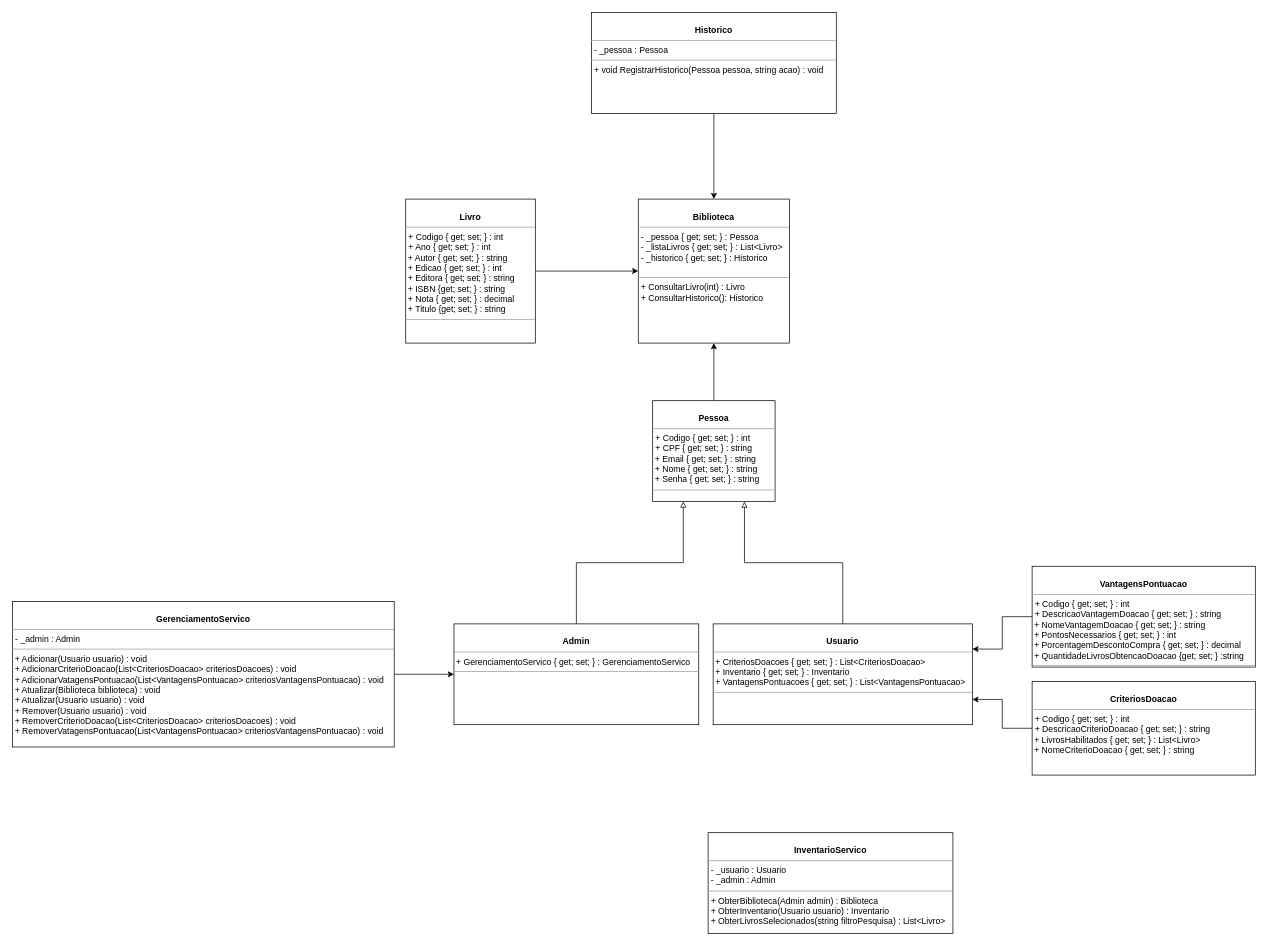
Above: novoDiagramaClasse.drawio in lucaspercisi/UFFS (draw.io), before the change. Source tidied: cells renumbered, new cells numbered last; positions are measured from the earlier drawing's top-left corner, leaving out a move shared by most shapes. Both pictures are drawn from the tidied source at 72%, with x=0, y=0 at pixel (12, 12).
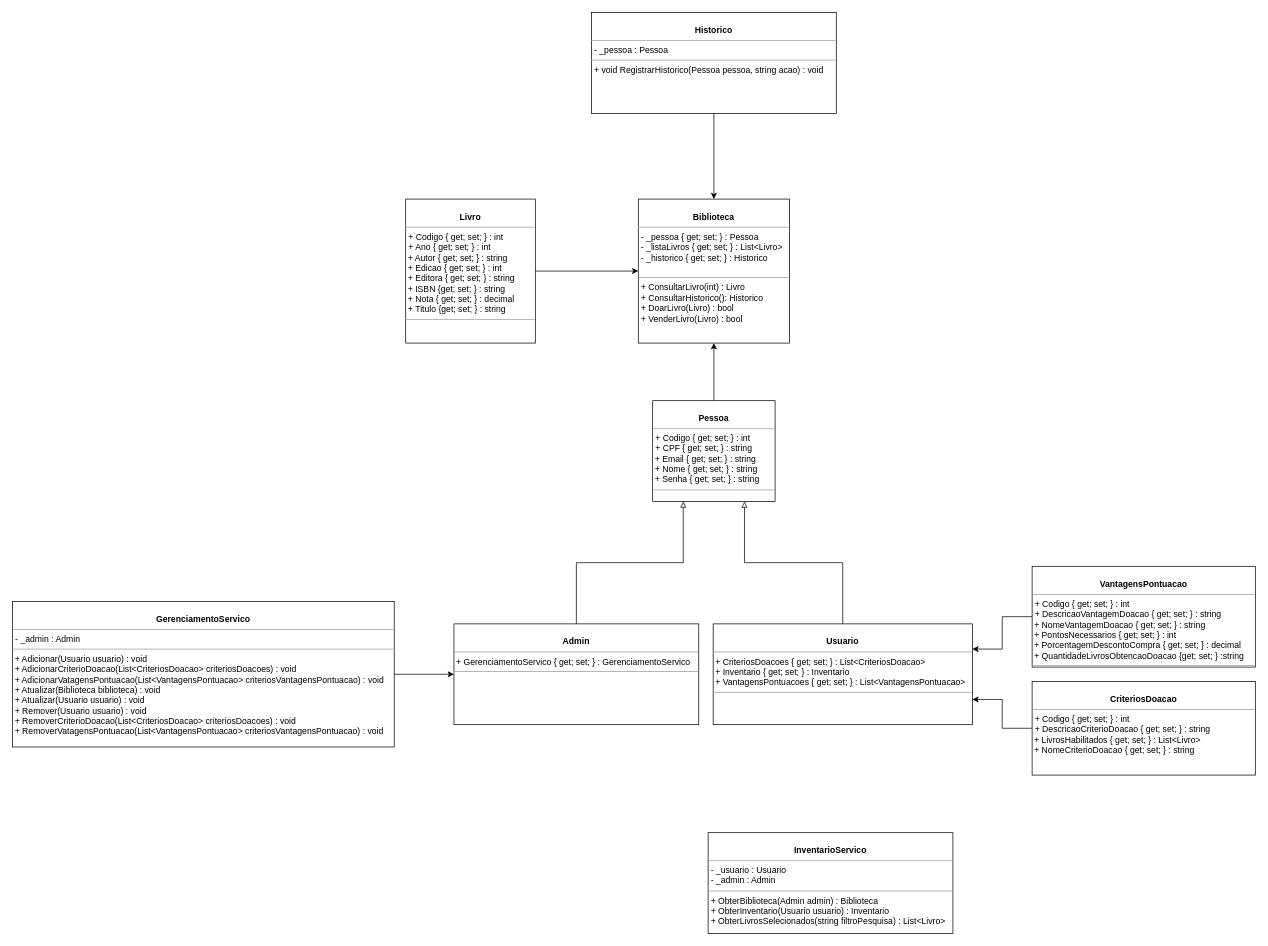
Above is the later version.

Diff of the diagram source:
```diff
@@
 <mxGraphModel>
   <root>
     <mxCell id="0" />
     <mxCell id="1" parent="0" />
-    <mxCell id="2" value="&lt;p style=&quot;margin:0px;margin-top:4px;text-align:center;&quot;&gt;&lt;br&gt;&lt;b&gt;Biblioteca&lt;/b&gt;&lt;/p&gt;&lt;hr size=&quot;1&quot;&gt;&lt;p style=&quot;margin: 0px 0px 0px 4px;&quot;&gt;- _pessoa { get; set; } : Pessoa&lt;/p&gt;&lt;p style=&quot;margin: 0px 0px 0px 4px;&quot;&gt;- _listaLivros { get; set; } : List&amp;lt;Livro&amp;gt;&lt;/p&gt;&lt;p style=&quot;margin: 0px 0px 0px 4px;&quot;&gt;- _historico { get; set; } : Historico&lt;/p&gt;&lt;br&gt;&lt;hr size=&quot;1&quot;&gt;&lt;p style=&quot;margin:0px;margin-left:4px;&quot;&gt;+ ConsultarLivro(int) : Livro&lt;/p&gt;&lt;p style=&quot;margin:0px;margin-left:4px;&quot;&gt;+ ConsultarHistorico(): Historico&lt;/p&gt;" style="verticalAlign=top;align=left;overflow=fill;fontSize=12;fontFamily=Helvetica;html=1;rounded=0;shadow=0;comic=0;labelBackgroundColor=none;strokeWidth=1;" parent="1" vertex="1">
+    <mxCell id="2" value="&lt;p style=&quot;margin:0px;margin-top:4px;text-align:center;&quot;&gt;&lt;br&gt;&lt;b&gt;Biblioteca&lt;/b&gt;&lt;/p&gt;&lt;hr size=&quot;1&quot;&gt;&lt;p style=&quot;margin: 0px 0px 0px 4px;&quot;&gt;- _pessoa { get; set; } : Pessoa&lt;/p&gt;&lt;p style=&quot;margin: 0px 0px 0px 4px;&quot;&gt;- _listaLivros { get; set; } : List&amp;lt;Livro&amp;gt;&lt;/p&gt;&lt;p style=&quot;margin: 0px 0px 0px 4px;&quot;&gt;- _historico { get; set; } : Historico&lt;/p&gt;&lt;br&gt;&lt;hr size=&quot;1&quot;&gt;&lt;p style=&quot;margin:0px;margin-left:4px;&quot;&gt;+ ConsultarLivro(int) : Livro&lt;/p&gt;&lt;p style=&quot;margin:0px;margin-left:4px;&quot;&gt;+ ConsultarHistorico(): Historico&lt;/p&gt;&lt;p style=&quot;margin:0px;margin-left:4px;&quot;&gt;+ DoarLivro(Livro) : bool&lt;/p&gt;&lt;p style=&quot;margin:0px;margin-left:4px;&quot;&gt;+ VenderLivro(Livro) : bool&lt;/p&gt;" style="verticalAlign=top;align=left;overflow=fill;fontSize=12;fontFamily=Helvetica;html=1;rounded=0;shadow=0;comic=0;labelBackgroundColor=none;strokeWidth=1;" parent="1" vertex="1">
       <mxGeometry x="869" y="259" width="210" height="200" as="geometry" />
     </mxCell>
     <mxCell id="3" style="edgeStyle=orthogonalEdgeStyle;rounded=0;jettySize=auto;html=1;exitX=0.5;exitY=0;exitDx=0;exitDy=0;" parent="1" edge="1" source="4" target="2">
       <mxGeometry relative="1" as="geometry" />
     </mxCell>
     <mxCell id="4" value="&lt;p style=&quot;margin:0px;margin-top:4px;text-align:center;&quot;&gt;&lt;br&gt;&lt;b&gt;Pessoa&lt;/b&gt;&lt;/p&gt;&lt;hr size=&quot;1&quot;&gt;&lt;p style=&quot;margin: 0px 0px 0px 4px;&quot;&gt;+ Codigo { get; set; } : int&lt;/p&gt;&lt;p style=&quot;margin: 0px 0px 0px 4px;&quot;&gt;+ CPF { get; set; } : string&lt;/p&gt;&amp;nbsp;+ Email { get; set; } : string&amp;nbsp;&lt;br&gt;&amp;nbsp;+ Nome { get; set; } : string&lt;br&gt;&amp;nbsp;+ Senha { get; set; } : string&lt;br&gt;&lt;hr size=&quot;1&quot;&gt;&lt;p style=&quot;margin:0px;margin-left:4px;&quot;&gt;&lt;br&gt;&lt;/p&gt;&lt;p style=&quot;margin:0px;margin-left:4px;&quot;&gt;&lt;br&gt;&lt;/p&gt;" style="verticalAlign=top;align=left;overflow=fill;fontSize=12;fontFamily=Helvetica;html=1;rounded=0;shadow=0;comic=0;labelBackgroundColor=none;strokeWidth=1;" parent="1" vertex="1">
       <mxGeometry x="889" y="539" width="170" height="140" as="geometry" />
     </mxCell>
     <mxCell id="5" style="edgeStyle=orthogonalEdgeStyle;rounded=0;jettySize=auto;html=1;exitX=0.5;exitY=0;exitDx=0;exitDy=0;entryX=0.25;entryY=1;entryDx=0;entryDy=0;endArrow=block;endFill=0;" parent="1" edge="1" source="6" target="4">
       <mxGeometry relative="1" as="geometry" />
     </mxCell>
     <mxCell id="6" value="&lt;p style=&quot;margin:0px;margin-top:4px;text-align:center;&quot;&gt;&lt;br&gt;&lt;b&gt;Admin&lt;/b&gt;&lt;/p&gt;&lt;hr size=&quot;1&quot;&gt;&lt;p style=&quot;margin: 0px 0px 0px 4px;&quot;&gt;&lt;/p&gt;&amp;nbsp;+ GerenciamentoServico { get; set; } : GerenciamentoServico&amp;nbsp;&lt;br&gt;&lt;hr size=&quot;1&quot;&gt;&lt;p style=&quot;margin:0px;margin-left:4px;&quot;&gt;&lt;br&gt;&lt;/p&gt;&lt;p style=&quot;margin:0px;margin-left:4px;&quot;&gt;&lt;br&gt;&lt;/p&gt;" style="verticalAlign=top;align=left;overflow=fill;fontSize=12;fontFamily=Helvetica;html=1;rounded=0;shadow=0;comic=0;labelBackgroundColor=none;strokeWidth=1;" parent="1" vertex="1">
       <mxGeometry x="613" y="849" width="340" height="140" as="geometry" />
     </mxCell>
     <mxCell id="7" style="edgeStyle=orthogonalEdgeStyle;rounded=0;jettySize=auto;html=1;exitX=0.5;exitY=0;exitDx=0;exitDy=0;entryX=0.75;entryY=1;entryDx=0;entryDy=0;endArrow=block;endFill=0;" parent="1" edge="1" source="8" target="4">
       <mxGeometry relative="1" as="geometry" />
     </mxCell>
     <mxCell id="8" value="&lt;p style=&quot;margin:0px;margin-top:4px;text-align:center;&quot;&gt;&lt;br&gt;&lt;b&gt;Usuario&lt;/b&gt;&lt;/p&gt;&lt;hr size=&quot;1&quot;&gt;&lt;p style=&quot;margin: 0px 0px 0px 4px;&quot;&gt;&lt;/p&gt;&amp;nbsp;+ CriteriosDoacoes { get; set; } : List&amp;lt;CriteriosDoacao&amp;gt;&amp;nbsp;&lt;br&gt;&amp;nbsp;+ Inventario { get; set; } : Inventario&amp;nbsp;&lt;br&gt;&amp;nbsp;+ VantagensPontuacoes { get; set; } : List&amp;lt;VantagensPontuacao&amp;gt;&amp;nbsp;&lt;br&gt;&lt;hr size=&quot;1&quot;&gt;&lt;p style=&quot;margin:0px;margin-left:4px;&quot;&gt;&lt;br&gt;&lt;/p&gt;&lt;p style=&quot;margin:0px;margin-left:4px;&quot;&gt;&lt;br&gt;&lt;/p&gt;" style="verticalAlign=top;align=left;overflow=fill;fontSize=12;fontFamily=Helvetica;html=1;rounded=0;shadow=0;comic=0;labelBackgroundColor=none;strokeWidth=1;" parent="1" vertex="1">
       <mxGeometry x="973" y="849" width="360" height="140" as="geometry" />
     </mxCell>
     <mxCell id="9" style="edgeStyle=orthogonalEdgeStyle;rounded=0;jettySize=auto;html=1;exitX=0.5;exitY=1;exitDx=0;exitDy=0;" parent="1" edge="1" source="10" target="2">
       <mxGeometry relative="1" as="geometry" />
     </mxCell>
     <mxCell id="10" value="&lt;p style=&quot;margin:0px;margin-top:4px;text-align:center;&quot;&gt;&lt;br&gt;&lt;b&gt;Historico&lt;/b&gt;&lt;/p&gt;&lt;hr size=&quot;1&quot;&gt;&lt;p style=&quot;margin: 0px 0px 0px 4px;&quot;&gt;-&amp;nbsp;_pessoa : Pessoa&lt;br&gt;&lt;/p&gt;&lt;hr size=&quot;1&quot;&gt;&lt;p style=&quot;margin:0px;margin-left:4px;&quot;&gt;+ void RegistrarHistorico(Pessoa pessoa, string acao) : void&lt;br&gt;&lt;/p&gt;&lt;p style=&quot;margin:0px;margin-left:4px;&quot;&gt;&lt;br&gt;&lt;/p&gt;" style="verticalAlign=top;align=left;overflow=fill;fontSize=12;fontFamily=Helvetica;html=1;rounded=0;shadow=0;comic=0;labelBackgroundColor=none;strokeWidth=1;" parent="1" vertex="1">
       <mxGeometry x="804" width="340" height="140" as="geometry" />
     </mxCell>
     <mxCell id="11" value="&lt;p style=&quot;margin:0px;margin-top:4px;text-align:center;&quot;&gt;&lt;br&gt;&lt;b&gt;InventarioServico&lt;/b&gt;&lt;/p&gt;&lt;hr size=&quot;1&quot;&gt;&lt;p style=&quot;margin: 0px 0px 0px 4px;&quot;&gt;-&amp;nbsp;_usuario : Usuario&lt;/p&gt;&lt;p style=&quot;margin: 0px 0px 0px 4px;&quot;&gt;- _admin : Admin&lt;/p&gt;&lt;hr size=&quot;1&quot;&gt;&lt;p style=&quot;margin:0px;margin-left:4px;&quot;&gt;+ ObterBiblioteca(Admin admin) : Biblioteca&lt;/p&gt;&lt;p style=&quot;margin:0px;margin-left:4px;&quot;&gt;+ ObterInventario(Usuario usuario) : Inventario&lt;/p&gt;&lt;p style=&quot;margin:0px;margin-left:4px;&quot;&gt;+ ObterLivrosSelecionados(string filtroPesquisa) : List&amp;lt;Livro&amp;gt;&lt;/p&gt;&lt;p style=&quot;margin:0px;margin-left:4px;&quot;&gt;&lt;br&gt;&lt;/p&gt;" style="verticalAlign=top;align=left;overflow=fill;fontSize=12;fontFamily=Helvetica;html=1;rounded=0;shadow=0;comic=0;labelBackgroundColor=none;strokeWidth=1;" parent="1" vertex="1">
       <mxGeometry x="966" y="1139" width="340" height="140" as="geometry" />
     </mxCell>
     <mxCell id="12" style="edgeStyle=orthogonalEdgeStyle;rounded=0;jettySize=auto;html=1;exitX=0;exitY=0.5;exitDx=0;exitDy=0;entryX=1;entryY=0.25;entryDx=0;entryDy=0;" parent="1" edge="1" source="13" target="8">
       <mxGeometry relative="1" as="geometry" />
     </mxCell>
     <mxCell id="13" value="&lt;p style=&quot;margin:0px;margin-top:4px;text-align:center;&quot;&gt;&lt;br&gt;&lt;b&gt;VantagensPontuacao&lt;/b&gt;&lt;/p&gt;&lt;hr size=&quot;1&quot;&gt;&lt;p style=&quot;margin: 0px 0px 0px 4px;&quot;&gt;+ Codigo { get; set; } : int&lt;/p&gt;&lt;p style=&quot;margin: 0px 0px 0px 4px;&quot;&gt;+ DescricaoVantagemDoacao { get; set; } : string&lt;/p&gt;&amp;nbsp;+ NomeVantagemDoacao { get; set; } : string&amp;nbsp;&lt;br&gt;&amp;nbsp;+ PontosNecessarios { get; set; } : int&lt;br&gt;&amp;nbsp;+ PorcentagemDescontoCompra { get; set; } : decimal&lt;br&gt;&amp;nbsp;+&amp;nbsp;QuantidadeLivrosObtencaoDoacao {get; set; } :string&lt;br&gt;&lt;hr size=&quot;1&quot;&gt;&lt;p style=&quot;margin:0px;margin-left:4px;&quot;&gt;&lt;br&gt;&lt;/p&gt;&lt;p style=&quot;margin:0px;margin-left:4px;&quot;&gt;&lt;br&gt;&lt;/p&gt;" style="verticalAlign=top;align=left;overflow=fill;fontSize=12;fontFamily=Helvetica;html=1;rounded=0;shadow=0;comic=0;labelBackgroundColor=none;strokeWidth=1;" parent="1" vertex="1">
       <mxGeometry x="1416" y="769" width="310" height="140" as="geometry" />
     </mxCell>
     <mxCell id="14" style="edgeStyle=orthogonalEdgeStyle;rounded=0;jettySize=auto;html=1;exitX=0;exitY=0.5;exitDx=0;exitDy=0;entryX=1;entryY=0.75;entryDx=0;entryDy=0;" parent="1" edge="1" source="15" target="8">
       <mxGeometry relative="1" as="geometry" />
     </mxCell>
     <mxCell id="15" value="&lt;p style=&quot;margin:0px;margin-top:4px;text-align:center;&quot;&gt;&lt;br&gt;&lt;b&gt;CriteriosDoacao&lt;/b&gt;&lt;br&gt;&lt;/p&gt;&lt;hr size=&quot;1&quot;&gt;&lt;p style=&quot;margin: 0px 0px 0px 4px;&quot;&gt;+ Codigo { get; set; } : int&lt;/p&gt;&lt;p style=&quot;margin: 0px 0px 0px 4px;&quot;&gt;+ DescricaoCriterioDoacao { get; set; } : string&lt;/p&gt;&amp;nbsp;+ LivrosHabilitados { get; set; } : List&amp;lt;Livro&amp;gt;&lt;br&gt;&amp;nbsp;+ NomeCriterioDoacao { get; set; } : string&lt;p style=&quot;margin:0px;margin-left:4px;&quot;&gt;&lt;br&gt;&lt;/p&gt;&lt;p style=&quot;margin:0px;margin-left:4px;&quot;&gt;&lt;br&gt;&lt;/p&gt;" style="verticalAlign=top;align=left;overflow=fill;fontSize=12;fontFamily=Helvetica;html=1;rounded=0;shadow=0;comic=0;labelBackgroundColor=none;strokeWidth=1;" parent="1" vertex="1">
       <mxGeometry x="1416" y="929" width="310" height="130" as="geometry" />
     </mxCell>
     <mxCell id="16" style="edgeStyle=orthogonalEdgeStyle;rounded=0;jettySize=auto;html=1;exitX=1;exitY=0.5;exitDx=0;exitDy=0;" parent="1" edge="1" source="17" target="6">
       <mxGeometry relative="1" as="geometry" />
     </mxCell>
     <mxCell id="17" value="&lt;p style=&quot;margin:0px;margin-top:4px;text-align:center;&quot;&gt;&lt;br&gt;&lt;b&gt;GerenciamentoServico&lt;/b&gt;&lt;/p&gt;&lt;hr size=&quot;1&quot;&gt;&lt;p style=&quot;margin: 0px 0px 0px 4px;&quot;&gt;&lt;span style=&quot;background-color: initial;&quot;&gt;- _admin : Admin&lt;/span&gt;&lt;/p&gt;&lt;hr size=&quot;1&quot;&gt;&lt;p style=&quot;margin:0px;margin-left:4px;&quot;&gt;&lt;/p&gt;&amp;nbsp;&lt;span style=&quot;background-color: initial;&quot;&gt;+ Adicionar(Usuario usuario) : void&lt;br&gt;&lt;/span&gt;&amp;nbsp;+ AdicionarCriterioDoacao(List&amp;lt;CriteriosDoacao&amp;gt; criteriosDoacoes) : void&lt;br&gt;&amp;nbsp;+ AdicionarVatagensPontuacao(List&amp;lt;VantagensPontuacao&amp;gt; criteriosVantagensPontuacao) : void&lt;br&gt;&amp;nbsp;+ Atualizar(Biblioteca biblioteca) : void&lt;br&gt;&amp;nbsp;+ Atualizar(Usuario usuario) : void&lt;br&gt;&amp;nbsp;+ Remover(Usuario usuario) : void&lt;br&gt;&amp;nbsp;+ RemoverCriterioDoacao(List&amp;lt;CriteriosDoacao&amp;gt; criteriosDoacoes) : void&lt;br&gt;&amp;nbsp;+ RemoverVatagensPontuacao(List&amp;lt;VantagensPontuacao&amp;gt; criteriosVantagensPontuacao) : void&lt;br&gt;&lt;br&gt;" style="verticalAlign=top;align=left;overflow=fill;fontSize=12;fontFamily=Helvetica;html=1;rounded=0;shadow=0;comic=0;labelBackgroundColor=none;strokeWidth=1;" parent="1" vertex="1">
       <mxGeometry y="818" width="530" height="202" as="geometry" />
     </mxCell>
     <mxCell id="18" style="edgeStyle=orthogonalEdgeStyle;rounded=0;jettySize=auto;html=1;exitX=1;exitY=0.5;exitDx=0;exitDy=0;entryX=0;entryY=0.5;entryDx=0;entryDy=0;" parent="1" edge="1" source="19" target="2">
       <mxGeometry relative="1" as="geometry" />
     </mxCell>
     <mxCell id="19" value="&lt;p style=&quot;margin:0px;margin-top:4px;text-align:center;&quot;&gt;&lt;br&gt;&lt;b&gt;Livro&lt;/b&gt;&lt;/p&gt;&lt;hr size=&quot;1&quot;&gt;&lt;p style=&quot;margin: 0px 0px 0px 4px;&quot;&gt;+ Codigo { get; set; } : int&lt;/p&gt;&lt;p style=&quot;margin: 0px 0px 0px 4px;&quot;&gt;+ Ano { get; set; } : int&lt;/p&gt;&amp;nbsp;+ Autor { get; set; } : string&amp;nbsp;&lt;br&gt;&amp;nbsp;+ Edicao { get; set; } : int&lt;br&gt;&amp;nbsp;+ Editora { get; set; } : string&lt;br&gt;&amp;nbsp;+&amp;nbsp;ISBN {get; set; } : string&lt;br&gt;&amp;nbsp;+ Nota { get; set; } : decimal&lt;br&gt;&amp;nbsp;+&amp;nbsp;Titulo {get; set; } : string&lt;br&gt;&lt;hr size=&quot;1&quot;&gt;&lt;p style=&quot;margin:0px;margin-left:4px;&quot;&gt;&lt;br&gt;&lt;/p&gt;&lt;p style=&quot;margin:0px;margin-left:4px;&quot;&gt;&lt;br&gt;&lt;/p&gt;" style="verticalAlign=top;align=left;overflow=fill;fontSize=12;fontFamily=Helvetica;html=1;rounded=0;shadow=0;comic=0;labelBackgroundColor=none;strokeWidth=1;" parent="1" vertex="1">
       <mxGeometry x="546" y="259" width="180" height="200" as="geometry" />
     </mxCell>
   </root>
 </mxGraphModel>
```
